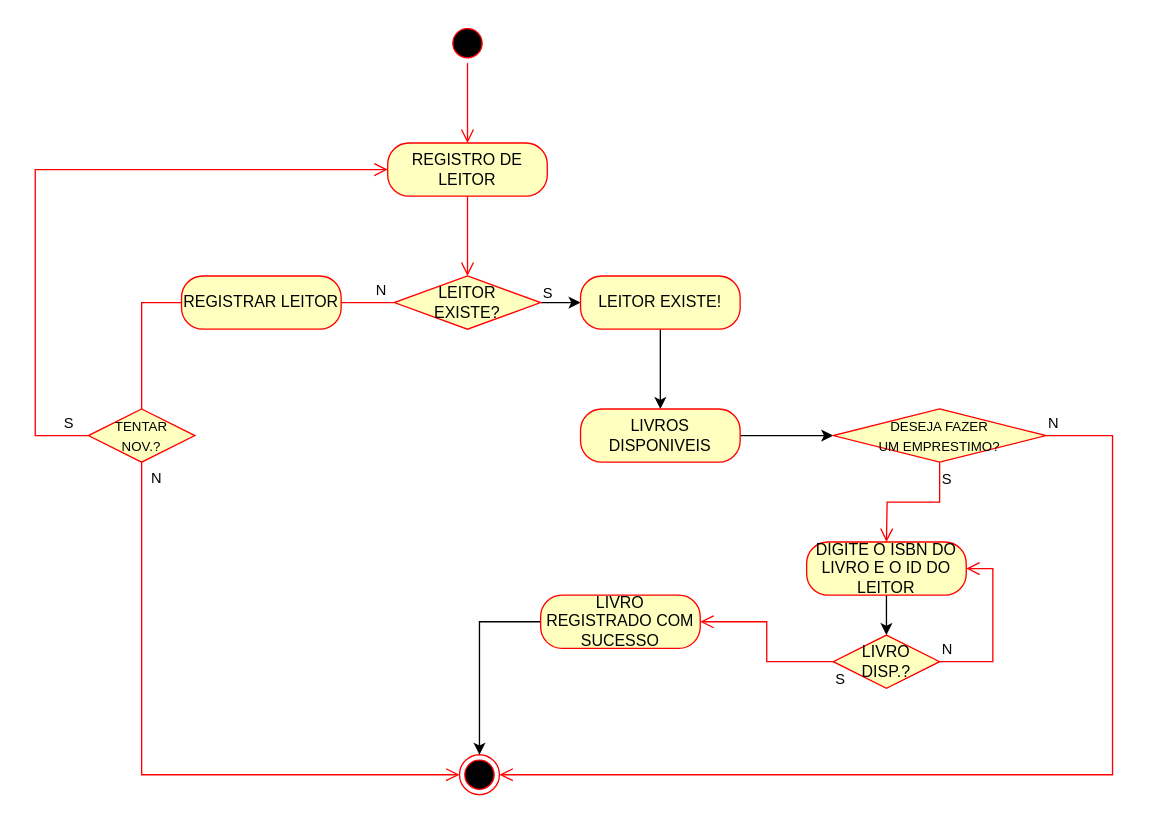
Before: DIAGRAMA DE ATIVIDADES.drawio in gabrielbarbosaaa/portfolio, a draw.io diagram. Source tidied: cells renumbered, new cells numbered last; positions are measured from the earlier drawing's top-left corner, leaving out a move shared by most shapes. Both pictures are drawn from the tidied source at 133%, with x=0, y=0 at pixel (35, 23).
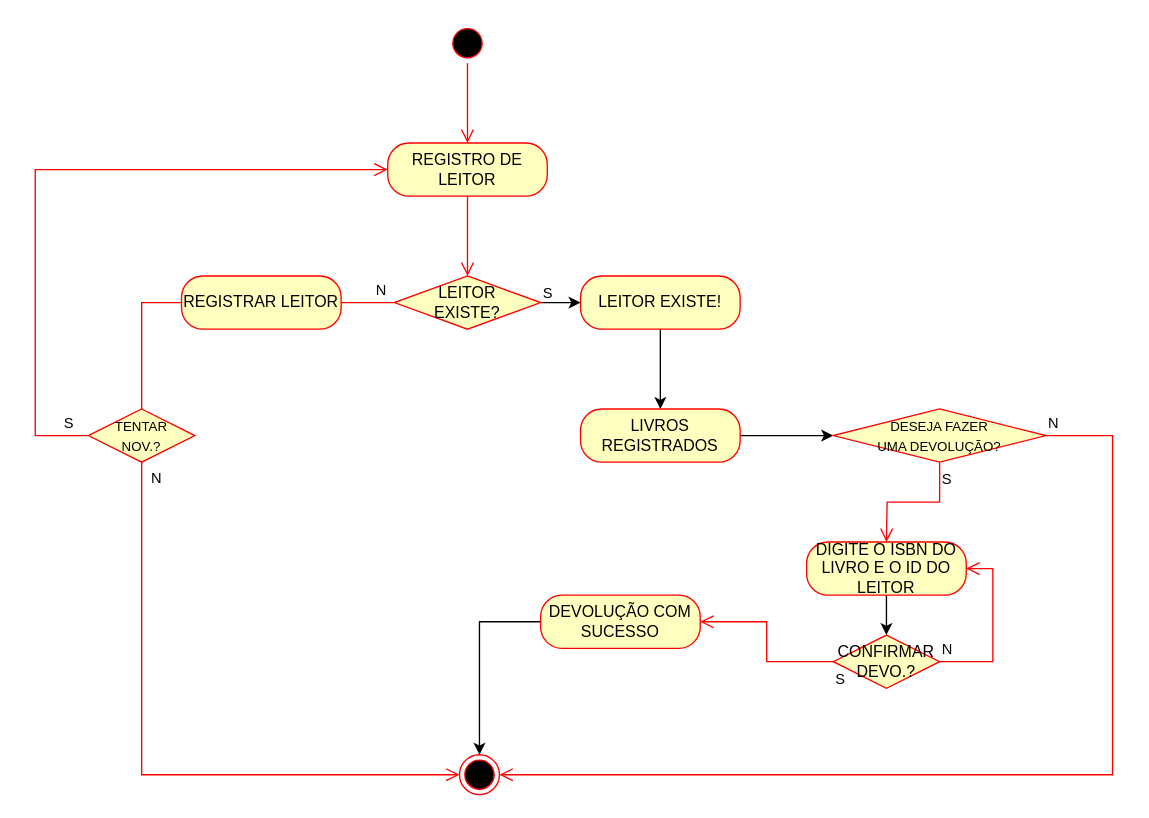
Above is the later version.

Commit message:
Actualizar DIAGRAMA DE ATIVIDADES DEVOLUÇÃO.drawio

Diff of the diagram source:
```diff
@@
-    <mxCell id="15" value="LIVROS DISPONIVEIS" style="rounded=1;whiteSpace=wrap;html=1;arcSize=40;fontColor=#000000;fillColor=#ffffc0;strokeColor=#ff0000;" parent="1" vertex="1">
+    <mxCell id="15" value="LIVROS REGISTRADOS" style="rounded=1;whiteSpace=wrap;html=1;arcSize=40;fontColor=#000000;fillColor=#ffffc0;strokeColor=#ff0000;" parent="1" vertex="1">
       <mxGeometry x="410" y="290" width="120" height="40" as="geometry" />
     </mxCell>
-    <mxCell id="16" value="&lt;font style=&quot;font-size: 10px;&quot;&gt;DESEJA FAZER&lt;br&gt;UM EMPRESTIMO?&lt;/font&gt;" style="rhombus;whiteSpace=wrap;html=1;fontColor=#000000;fillColor=#ffffc0;strokeColor=#ff0000;" parent="1" vertex="1">
+    <mxCell id="16" value="&lt;font style=&quot;font-size: 10px;&quot;&gt;DESEJA FAZER&lt;br&gt;UMA DEVOLUÇÃO?&lt;/font&gt;" style="rhombus;whiteSpace=wrap;html=1;fontColor=#000000;fillColor=#ffffc0;strokeColor=#ff0000;" parent="1" vertex="1">
       <mxGeometry x="600" y="290" width="160" height="40" as="geometry" />
     </mxCell>
@@
-    <mxCell id="22" value="LIVRO REGISTRADO COM SUCESSO" style="rounded=1;whiteSpace=wrap;html=1;arcSize=40;fontColor=#000000;fillColor=#ffffc0;strokeColor=#ff0000;" parent="1" vertex="1">
+    <mxCell id="22" value="DEVOLUÇÃO COM SUCESSO" style="rounded=1;whiteSpace=wrap;html=1;arcSize=40;fontColor=#000000;fillColor=#ffffc0;strokeColor=#ff0000;" parent="1" vertex="1">
       <mxGeometry x="380" y="430" width="120" height="40" as="geometry" />
     </mxCell>
@@
-    <mxCell id="26" value="LIVRO&lt;br&gt;DISP.?" style="rhombus;whiteSpace=wrap;html=1;fontColor=#000000;fillColor=#ffffc0;strokeColor=#ff0000;" parent="1" vertex="1">
+    <mxCell id="26" value="CONFIRMAR&lt;br&gt;DEVO.?" style="rhombus;whiteSpace=wrap;html=1;fontColor=#000000;fillColor=#ffffc0;strokeColor=#ff0000;" parent="1" vertex="1">
       <mxGeometry x="600" y="460" width="80" height="40" as="geometry" />
     </mxCell>
```
